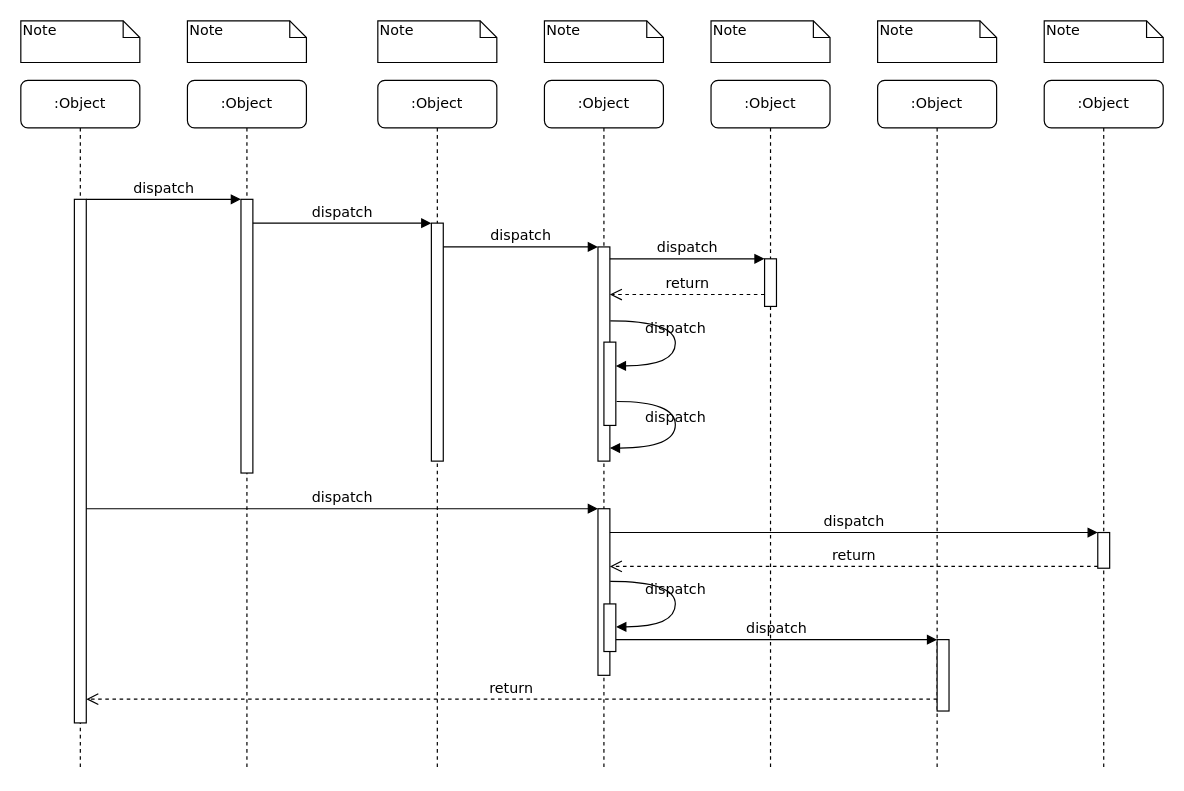
Above: content/Untitled Diagram.drawio in LogaMithran/logamithran.github.io (draw.io), before the change. Source tidied: cells renumbered, new cells numbered last; positions are measured from the earlier drawing's top-left corner, leaving out a move shared by most shapes. Both pictures are drawn from the tidied source at 119%, with x=0, y=0 at pixel (20, 20).
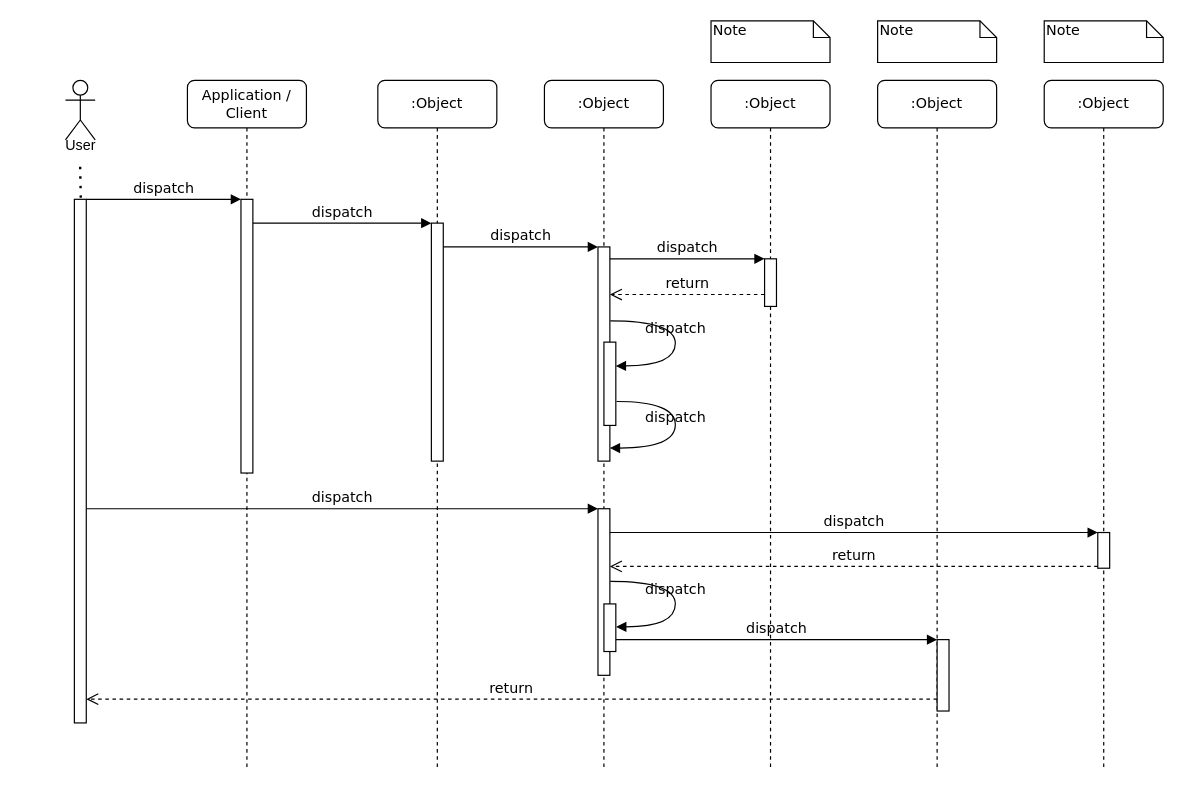
The same page after the edit.

Commit message:
[init] - pkce diagram

Change to the diagram source:
```diff
@@
-    <mxCell id="2" value=":Object" style="shape=umlLifeline;perimeter=lifelinePerimeter;whiteSpace=wrap;html=1;rounded=1;shadow=0;comic=0;labelBackgroundColor=none;strokeWidth=1;fontFamily=Verdana;fontSize=12;align=center;" parent="1" vertex="1">
+    <mxCell id="2" value="&lt;div&gt;Application /&lt;/div&gt;&lt;div&gt;Client&lt;/div&gt;" style="shape=umlLifeline;perimeter=lifelinePerimeter;whiteSpace=wrap;html=1;rounded=1;shadow=0;comic=0;labelBackgroundColor=none;strokeWidth=1;fontFamily=Verdana;fontSize=12;align=center;" parent="1" vertex="1">
       <mxGeometry x="140" y="50" width="100" height="580" as="geometry" />
     </mxCell>
@@
-    <mxCell id="10" value=":Object" style="shape=umlLifeline;perimeter=lifelinePerimeter;whiteSpace=wrap;html=1;rounded=1;shadow=0;comic=0;labelBackgroundColor=none;strokeWidth=1;fontFamily=Verdana;fontSize=12;align=center;" parent="1" vertex="1">
-      <mxGeometry y="50" width="100" height="580" as="geometry" />
-    </mxCell>
-    <mxCell id="11" style="html=1;points=[];perimeter=orthogonalPerimeter;rounded=0;shadow=0;comic=0;labelBackgroundColor=none;strokeWidth=1;fontFamily=Verdana;fontSize=12;align=center;" parent="10" vertex="1">
-      <mxGeometry x="45" y="100" width="10" height="440" as="geometry" />
-    </mxCell>
@@
-    <mxCell id="32" value="Note" style="shape=note;whiteSpace=wrap;html=1;size=14;verticalAlign=top;align=left;spacingTop=-6;rounded=0;shadow=0;comic=0;labelBackgroundColor=none;strokeWidth=1;fontFamily=Verdana;fontSize=12;" parent="1" vertex="1">
-      <mxGeometry width="100" height="35" as="geometry" />
-    </mxCell>
-    <mxCell id="33" value="Note" style="shape=note;whiteSpace=wrap;html=1;size=14;verticalAlign=top;align=left;spacingTop=-6;rounded=0;shadow=0;comic=0;labelBackgroundColor=none;strokeWidth=1;fontFamily=Verdana;fontSize=12;" parent="1" vertex="1">
-      <mxGeometry x="140" width="100" height="35" as="geometry" />
-    </mxCell>
-    <mxCell id="34" value="Note" style="shape=note;whiteSpace=wrap;html=1;size=14;verticalAlign=top;align=left;spacingTop=-6;rounded=0;shadow=0;comic=0;labelBackgroundColor=none;strokeWidth=1;fontFamily=Verdana;fontSize=12;" parent="1" vertex="1">
-      <mxGeometry x="300" width="100" height="35" as="geometry" />
-    </mxCell>
-    <mxCell id="35" value="Note" style="shape=note;whiteSpace=wrap;html=1;size=14;verticalAlign=top;align=left;spacingTop=-6;rounded=0;shadow=0;comic=0;labelBackgroundColor=none;strokeWidth=1;fontFamily=Verdana;fontSize=12;" parent="1" vertex="1">
-      <mxGeometry x="440" width="100" height="35" as="geometry" />
-    </mxCell>
@@
+    <mxCell id="39" style="shape=umlActor;verticalLabelPosition=bottom;verticalAlign=top;html=1;" parent="1" vertex="1">
+      <mxGeometry x="37.5" y="50" width="25" height="50" as="geometry" />
+    </mxCell>
+    <mxCell id="11" style="html=1;points=[];perimeter=orthogonalPerimeter;rounded=0;shadow=0;comic=0;labelBackgroundColor=none;strokeWidth=1;fontFamily=Verdana;fontSize=12;align=center;" parent="1" vertex="1">
+      <mxGeometry x="45" y="150" width="10" height="440" as="geometry" />
+    </mxCell>
+    <mxCell id="40" style="endArrow=none;dashed=1;html=1;dashPattern=1 3;strokeWidth=2;rounded=0;exitX=0.536;exitY=-0.003;exitDx=0;exitDy=0;exitPerimeter=0;entryX=0.496;entryY=0.992;entryDx=0;entryDy=0;entryPerimeter=0;" parent="1" edge="1" source="11" target="41">
+      <mxGeometry relative="1" as="geometry" />
+    </mxCell>
+    <mxCell id="41" value="User" style="text;html=1;align=center;verticalAlign=middle;points=[];strokeColor=none;fillColor=none;" parent="1" vertex="1">
+      <mxGeometry x="25" y="90" width="50" height="30" as="geometry" />
+    </mxCell>
```
